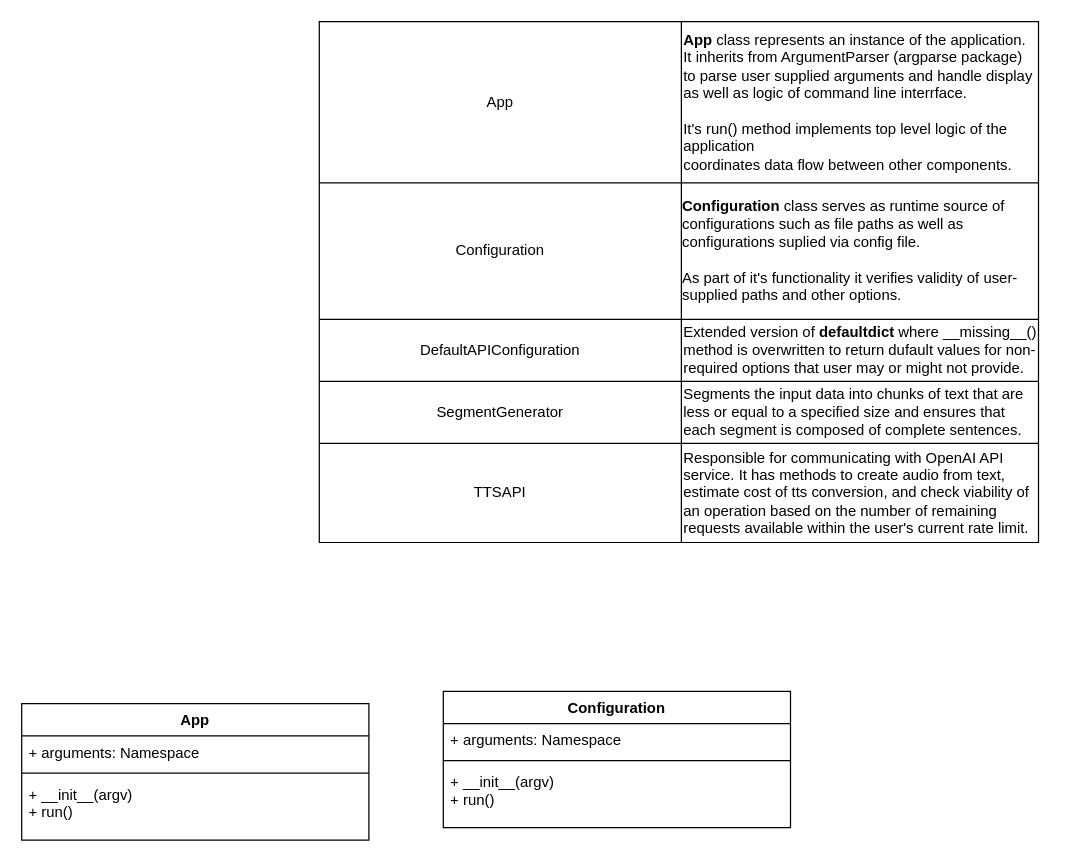
Before: design/open-ai-tts-uml-diagram.drawio in andrew-ryabchenko/openai-tts-client, a draw.io diagram. Source tidied: cells renumbered, new cells numbered last; positions are measured from the earlier drawing's top-left corner, leaving out a move shared by most shapes. Both pictures are drawn from the tidied source at 124%, with x=0, y=0 at pixel (21, 21).
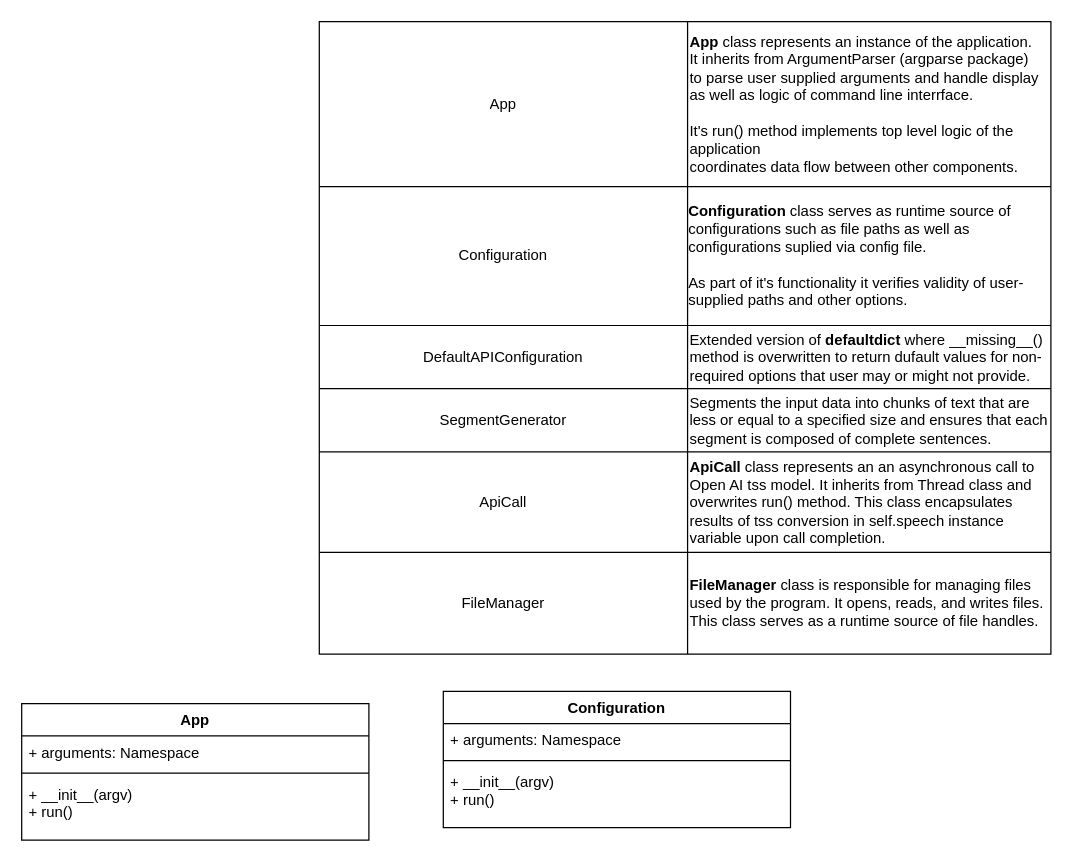
After the change.

Diff of the diagram source:
```diff
@@
     <mxCell id="10" style="shape=table;startSize=0;childLayout=tableLayout;" parent="1" vertex="1">
-      <mxGeometry x="240" width="580" height="420" as="geometry" />
+      <mxGeometry x="240" width="590" height="510" as="geometry" />
     </mxCell>
     <mxCell id="11" style="shape=tableRow;horizontal=0;startSize=0;swimlaneHead=0;swimlaneBody=0;strokeColor=inherit;top=0;left=0;bottom=0;right=0;fillColor=none;" parent="10" vertex="1">
-      <mxGeometry width="580" height="130" as="geometry" />
+      <mxGeometry width="590" height="133" as="geometry" />
     </mxCell>
     <mxCell id="12" value="App" style="shape=partialRectangle;html=1;whiteSpace=wrap;strokeColor=inherit;overflow=hidden;fillColor=none;top=0;left=0;bottom=0;right=0;" parent="11" vertex="1">
-      <mxGeometry width="292" height="130" as="geometry" />
+      <mxGeometry width="297" height="133" as="geometry" />
     </mxCell>
     <mxCell id="13" value="&lt;b style=&quot;border-color: var(--border-color);&quot;&gt;App&lt;/b&gt;&amp;nbsp;class represents an instance of the application.&lt;br style=&quot;border-color: var(--border-color);&quot;&gt;&lt;span style=&quot;&quot;&gt;It inherits from ArgumentParser (argparse package)&lt;/span&gt;&lt;br style=&quot;border-color: var(--border-color);&quot;&gt;&lt;span style=&quot;&quot;&gt;to parse user supplied arguments and handle display&lt;/span&gt;&lt;br style=&quot;border-color: var(--border-color);&quot;&gt;&lt;span style=&quot;&quot;&gt;as well as logic of command line interrface.&amp;nbsp;&lt;/span&gt;&lt;br style=&quot;border-color: var(--border-color);&quot;&gt;&lt;div style=&quot;border-color: var(--border-color);&quot;&gt;&lt;br style=&quot;border-color: var(--border-color);&quot;&gt;&lt;/div&gt;&lt;span style=&quot;&quot;&gt;It's run() method implements top level logic of the application&amp;nbsp;&lt;/span&gt;&lt;br style=&quot;border-color: var(--border-color);&quot;&gt;&lt;span style=&quot;&quot;&gt;coordinates data flow between other components.&amp;nbsp;&lt;/span&gt;" style="shape=partialRectangle;html=1;whiteSpace=wrap;strokeColor=inherit;overflow=hidden;fillColor=none;top=0;left=0;bottom=0;right=0;align=left;" parent="11" vertex="1">
-      <mxGeometry x="292" width="288" height="130" as="geometry" />
+      <mxGeometry x="297" width="293" height="133" as="geometry" />
     </mxCell>
     <mxCell id="14" style="shape=tableRow;horizontal=0;startSize=0;swimlaneHead=0;swimlaneBody=0;strokeColor=inherit;top=0;left=0;bottom=0;right=0;fillColor=none;" parent="10" vertex="1">
-      <mxGeometry y="130" width="580" height="110" as="geometry" />
+      <mxGeometry y="133" width="590" height="112" as="geometry" />
     </mxCell>
     <mxCell id="15" value="Configuration" style="shape=partialRectangle;html=1;whiteSpace=wrap;strokeColor=inherit;overflow=hidden;fillColor=none;top=0;left=0;bottom=0;right=0;" parent="14" vertex="1">
-      <mxGeometry width="292" height="110" as="geometry" />
+      <mxGeometry width="297" height="112" as="geometry" />
     </mxCell>
     <mxCell id="16" value="&lt;div style=&quot;border-color: var(--border-color); text-align: left;&quot;&gt;&lt;b style=&quot;border-color: var(--border-color);&quot;&gt;Configuration&lt;/b&gt;&amp;nbsp;class serves as runtime source of configurations&amp;nbsp;&lt;span style=&quot;background-color: initial;&quot;&gt;such as file paths as well as configurations suplied via config file.&lt;/span&gt;&lt;/div&gt;&lt;div style=&quot;border-color: var(--border-color); text-align: left;&quot;&gt;&lt;br style=&quot;border-color: var(--border-color);&quot;&gt;&lt;/div&gt;&lt;div style=&quot;border-color: var(--border-color); text-align: left;&quot;&gt;&lt;span style=&quot;border-color: var(--border-color); background-color: initial;&quot;&gt;As part of it's functionality it verifies validity of user-supplied paths&amp;nbsp;&lt;/span&gt;&lt;span style=&quot;background-color: initial;&quot;&gt;and other options.&lt;/span&gt;&lt;/div&gt;" style="shape=partialRectangle;html=1;whiteSpace=wrap;strokeColor=inherit;overflow=hidden;fillColor=none;top=0;left=0;bottom=0;right=0;" parent="14" vertex="1">
-      <mxGeometry x="292" width="288" height="110" as="geometry" />
+      <mxGeometry x="297" width="293" height="112" as="geometry" />
     </mxCell>
     <mxCell id="17" style="shape=tableRow;horizontal=0;startSize=0;swimlaneHead=0;swimlaneBody=0;strokeColor=inherit;top=0;left=0;bottom=0;right=0;fillColor=none;" parent="10" vertex="1">
-      <mxGeometry y="240" width="580" height="50" as="geometry" />
+      <mxGeometry y="245" width="590" height="51" as="geometry" />
     </mxCell>
     <mxCell id="18" value="DefaultAPIConfiguration" style="shape=partialRectangle;html=1;whiteSpace=wrap;strokeColor=inherit;overflow=hidden;fillColor=none;top=0;left=0;bottom=0;right=0;" parent="17" vertex="1">
-      <mxGeometry width="292" height="50" as="geometry" />
+      <mxGeometry width="297" height="51" as="geometry" />
     </mxCell>
     <mxCell id="19" value="Extended version of &lt;b&gt;defaultdict &lt;/b&gt;where __missing__()&lt;br&gt;method is overwritten to return dufault values for non-required options that user may or might not provide." style="shape=partialRectangle;html=1;whiteSpace=wrap;strokeColor=inherit;overflow=hidden;fillColor=none;top=0;left=0;bottom=0;right=0;align=left;" parent="17" vertex="1">
-      <mxGeometry x="292" width="288" height="50" as="geometry" />
+      <mxGeometry x="297" width="293" height="51" as="geometry" />
     </mxCell>
     <mxCell id="20" style="shape=tableRow;horizontal=0;startSize=0;swimlaneHead=0;swimlaneBody=0;strokeColor=inherit;top=0;left=0;bottom=0;right=0;fillColor=none;" parent="10" vertex="1">
-      <mxGeometry y="290" width="580" height="50" as="geometry" />
+      <mxGeometry y="296" width="590" height="51" as="geometry" />
     </mxCell>
     <mxCell id="21" value="SegmentGenerator" style="shape=partialRectangle;html=1;whiteSpace=wrap;strokeColor=inherit;overflow=hidden;fillColor=none;top=0;left=0;bottom=0;right=0;" parent="20" vertex="1">
-      <mxGeometry width="292" height="50" as="geometry" />
+      <mxGeometry width="297" height="51" as="geometry" />
     </mxCell>
     <mxCell id="22" value="Segments the input data into chunks of text that are less or equal to a specified size and ensures that each segment is composed of complete sentences." style="shape=partialRectangle;html=1;whiteSpace=wrap;strokeColor=inherit;overflow=hidden;fillColor=none;top=0;left=0;bottom=0;right=0;align=left;" parent="20" vertex="1">
-      <mxGeometry x="292" width="288" height="50" as="geometry" />
+      <mxGeometry x="297" width="293" height="51" as="geometry" />
     </mxCell>
     <mxCell id="23" style="shape=tableRow;horizontal=0;startSize=0;swimlaneHead=0;swimlaneBody=0;strokeColor=inherit;top=0;left=0;bottom=0;right=0;fillColor=none;" parent="10" vertex="1">
-      <mxGeometry y="340" width="580" height="80" as="geometry" />
+      <mxGeometry y="347" width="590" height="81" as="geometry" />
     </mxCell>
-    <mxCell id="24" value="TTSAPI" style="shape=partialRectangle;html=1;whiteSpace=wrap;strokeColor=inherit;overflow=hidden;fillColor=none;top=0;left=0;bottom=0;right=0;" parent="23" vertex="1">
-      <mxGeometry width="292" height="80" as="geometry" />
+    <mxCell id="24" value="ApiCall" style="shape=partialRectangle;html=1;whiteSpace=wrap;strokeColor=inherit;overflow=hidden;fillColor=none;top=0;left=0;bottom=0;right=0;" parent="23" vertex="1">
+      <mxGeometry width="297" height="81" as="geometry" />
     </mxCell>
-    <mxCell id="25" value="Responsible for communicating with OpenAI API service. It has methods to create audio from text, estimate cost of tts conversion, and check viability of an operation based on the number of remaining requests available within the user's current rate limit.&amp;nbsp;" style="shape=partialRectangle;html=1;whiteSpace=wrap;strokeColor=inherit;overflow=hidden;fillColor=none;top=0;left=0;bottom=0;right=0;align=left;" parent="23" vertex="1">
-      <mxGeometry x="292" width="288" height="80" as="geometry" />
+    <mxCell id="25" value="&lt;b&gt;ApiCall&lt;/b&gt; class represents an an asynchronous call to Open AI tss model. It inherits from Thread class and overwrites run() method. This class encapsulates results of tss conversion in self.speech instance variable upon call completion." style="shape=partialRectangle;html=1;whiteSpace=wrap;strokeColor=inherit;overflow=hidden;fillColor=none;top=0;left=0;bottom=0;right=0;align=left;" parent="23" vertex="1">
+      <mxGeometry x="297" width="293" height="81" as="geometry" />
     </mxCell>
+    <mxCell id="26" style="shape=tableRow;horizontal=0;startSize=0;swimlaneHead=0;swimlaneBody=0;strokeColor=inherit;top=0;left=0;bottom=0;right=0;fillColor=none;" parent="10" vertex="1">
+      <mxGeometry y="428" width="590" height="82" as="geometry" />
+    </mxCell>
+    <mxCell id="27" value="FileManager" style="shape=partialRectangle;html=1;whiteSpace=wrap;strokeColor=inherit;overflow=hidden;fillColor=none;top=0;left=0;bottom=0;right=0;" parent="26" vertex="1">
+      <mxGeometry width="297" height="82" as="geometry" />
+    </mxCell>
+    <mxCell id="28" value="&lt;b&gt;FileManager&lt;/b&gt; class is responsible for managing files used by the program. It opens, reads, and writes files. This class serves as a runtime source of file handles." style="shape=partialRectangle;html=1;whiteSpace=wrap;strokeColor=inherit;overflow=hidden;fillColor=none;top=0;left=0;bottom=0;right=0;align=left;" parent="26" vertex="1">
+      <mxGeometry x="297" width="293" height="82" as="geometry" />
+    </mxCell>
```
